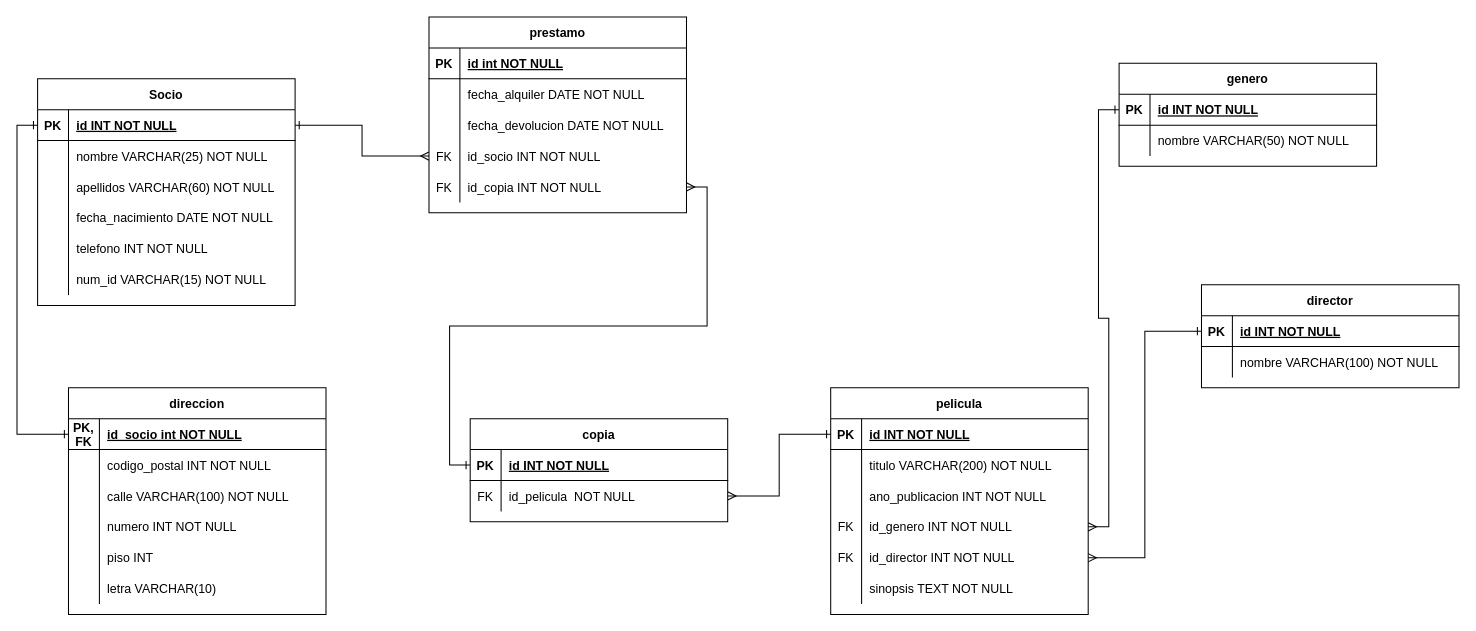
Earlier version of the draw.io diagram esquema_videoclub_JQB.drawio (jorquiber/KC_Lab4_Data_Modelling_SQL). Source tidied: cells renumbered, new cells numbered last; positions are measured from the earlier drawing's top-left corner, leaving out a move shared by most shapes. Both pictures are drawn from the tidied source at 103%, with x=0, y=0 at pixel (37, 16).
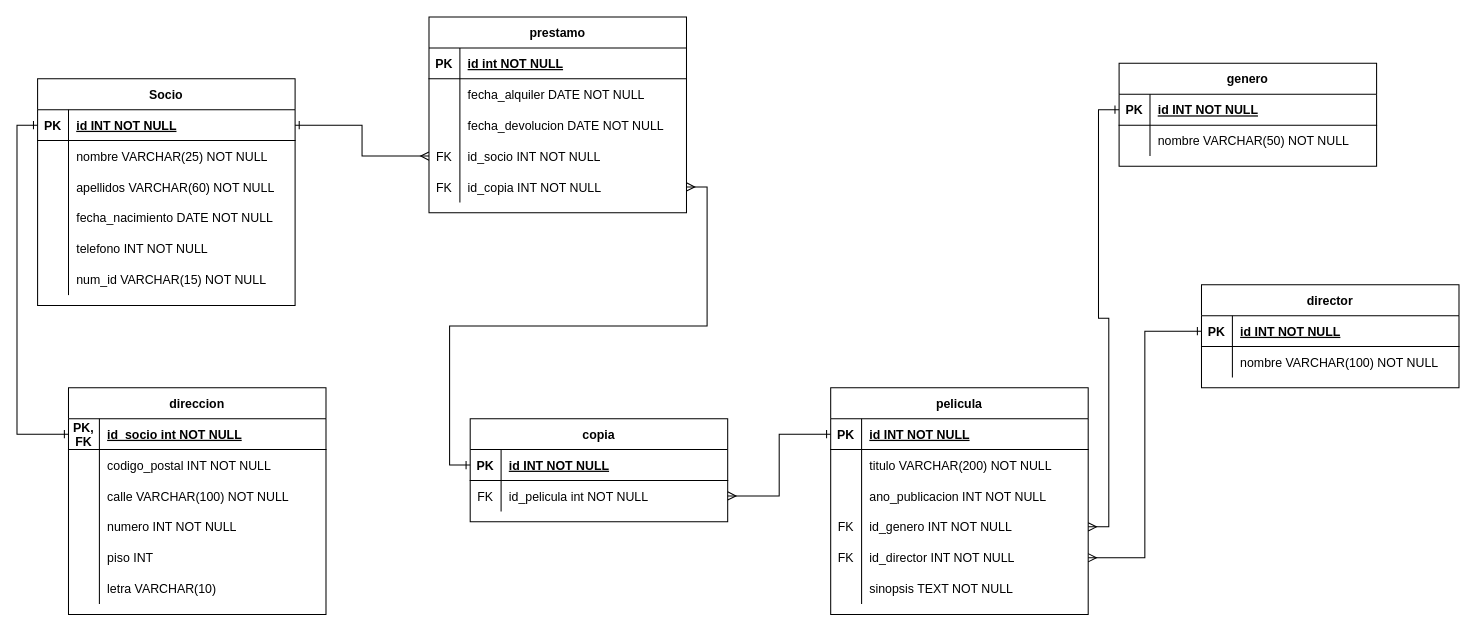
The same diagram, later.

Commit message:
Correción en entidad copia atributo id_pelicula: faltaba el tipo

The change refers to these unchanged cells:
```xml
<mxCell id="97" style="shape=partialRectangle;fillColor=none;points=[[0,0.5],[1,0.5]];portConstraint=eastwest;top=0;left=0;right=0;bottom=0;" parent="93" vertex="1">
  <mxGeometry y="60" width="250" height="30" as="geometry" />
</mxCell>
```

What changed in the source:
```diff
@@
-    <mxCell id="99" value="id_pelicula  NOT NULL" style="shape=partialRectangle;overflow=hidden;fillColor=none;top=0;left=0;bottom=0;right=0;align=left;spacingLeft=6;" parent="97" vertex="1">
+    <mxCell id="99" value="id_pelicula int NOT NULL" style="shape=partialRectangle;overflow=hidden;fillColor=none;top=0;left=0;bottom=0;right=0;align=left;spacingLeft=6;" parent="97" vertex="1">
       <mxGeometry x="30" width="220" height="30" as="geometry" />
     </mxCell>
```
